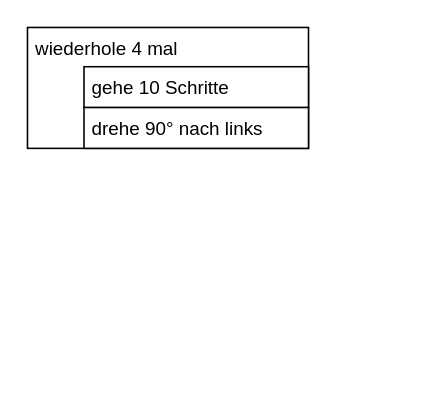
Above: Jahrgangsstufe 7.drawio in JoernWVSG/diagram (draw.io), before the change. Source tidied: cells renumbered, new cells numbered last; positions are measured from the earlier drawing's top-left corner, leaving out a move shared by most shapes. Both pictures are drawn from the tidied source at 157%, with x=0, y=0 at pixel (27, 27).
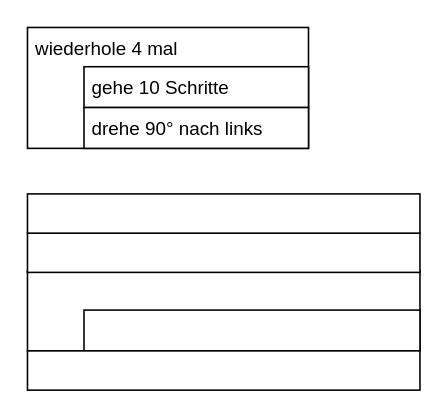
The same page after the edit.

Diff of the diagram source:
```diff
@@
 <mxGraphModel>
   <root>
     <mxCell id="0" />
     <mxCell id="1" parent="0" />
     <mxCell id="2" value="&amp;nbsp;wiederhole 4 mal" style="rounded=0;whiteSpace=wrap;html=1;align=left;verticalAlign=top;" parent="1" vertex="1">
       <mxGeometry width="179" height="77" as="geometry" />
     </mxCell>
     <mxCell id="3" value="&amp;nbsp;gehe 10 Schritte" style="rounded=0;whiteSpace=wrap;html=1;align=left;verticalAlign=top;" parent="1" vertex="1">
       <mxGeometry x="36" y="25" width="143" height="26" as="geometry" />
     </mxCell>
     <mxCell id="4" value="&amp;nbsp;drehe 90° nach links" style="rounded=0;whiteSpace=wrap;html=1;align=left;verticalAlign=top;" parent="1" vertex="1">
       <mxGeometry x="36" y="51" width="143" height="26" as="geometry" />
     </mxCell>
+    <mxCell id="5" style="rounded=0;whiteSpace=wrap;html=1;align=left;verticalAlign=top;" parent="1" vertex="1">
+      <mxGeometry y="155" width="250" height="51" as="geometry" />
+    </mxCell>
+    <mxCell id="6" style="rounded=0;whiteSpace=wrap;html=1;align=left;verticalAlign=top;" parent="1" vertex="1">
+      <mxGeometry x="36" y="180" width="214" height="26" as="geometry" />
+    </mxCell>
+    <mxCell id="7" style="rounded=0;whiteSpace=wrap;html=1;align=left;verticalAlign=top;" parent="1" vertex="1">
+      <mxGeometry y="131" width="250" height="25" as="geometry" />
+    </mxCell>
+    <mxCell id="8" style="rounded=0;whiteSpace=wrap;html=1;align=left;verticalAlign=top;" parent="1" vertex="1">
+      <mxGeometry y="106" width="250" height="25" as="geometry" />
+    </mxCell>
+    <mxCell id="9" style="rounded=0;whiteSpace=wrap;html=1;align=left;verticalAlign=top;" parent="1" vertex="1">
+      <mxGeometry y="206" width="250" height="25" as="geometry" />
+    </mxCell>
   </root>
 </mxGraphModel>
```
